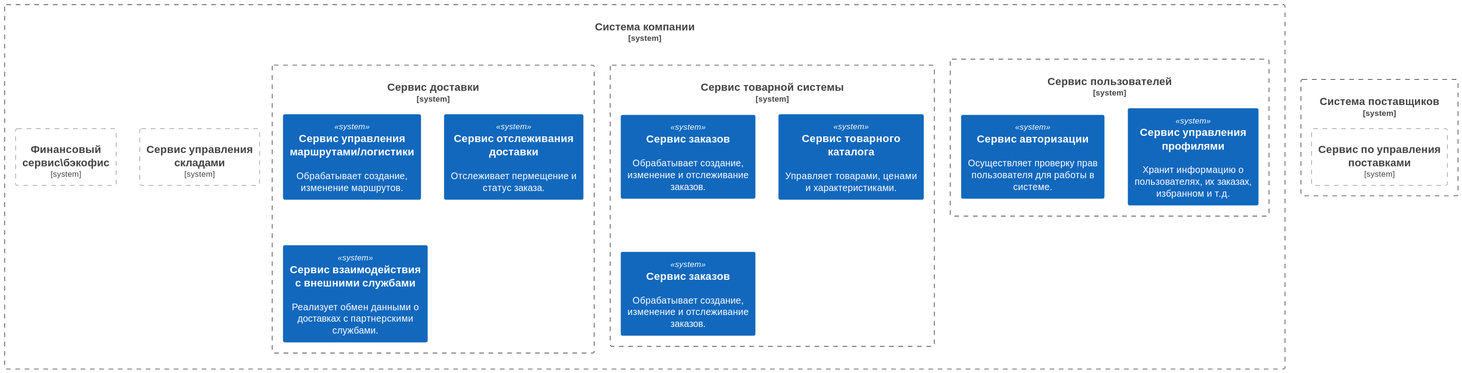
puchkova-va/Puchkova_analytics_practice keeps this PlantUML diagram as out/Diagram_new2/Diagram_new2.svg. Above is the earlier version.
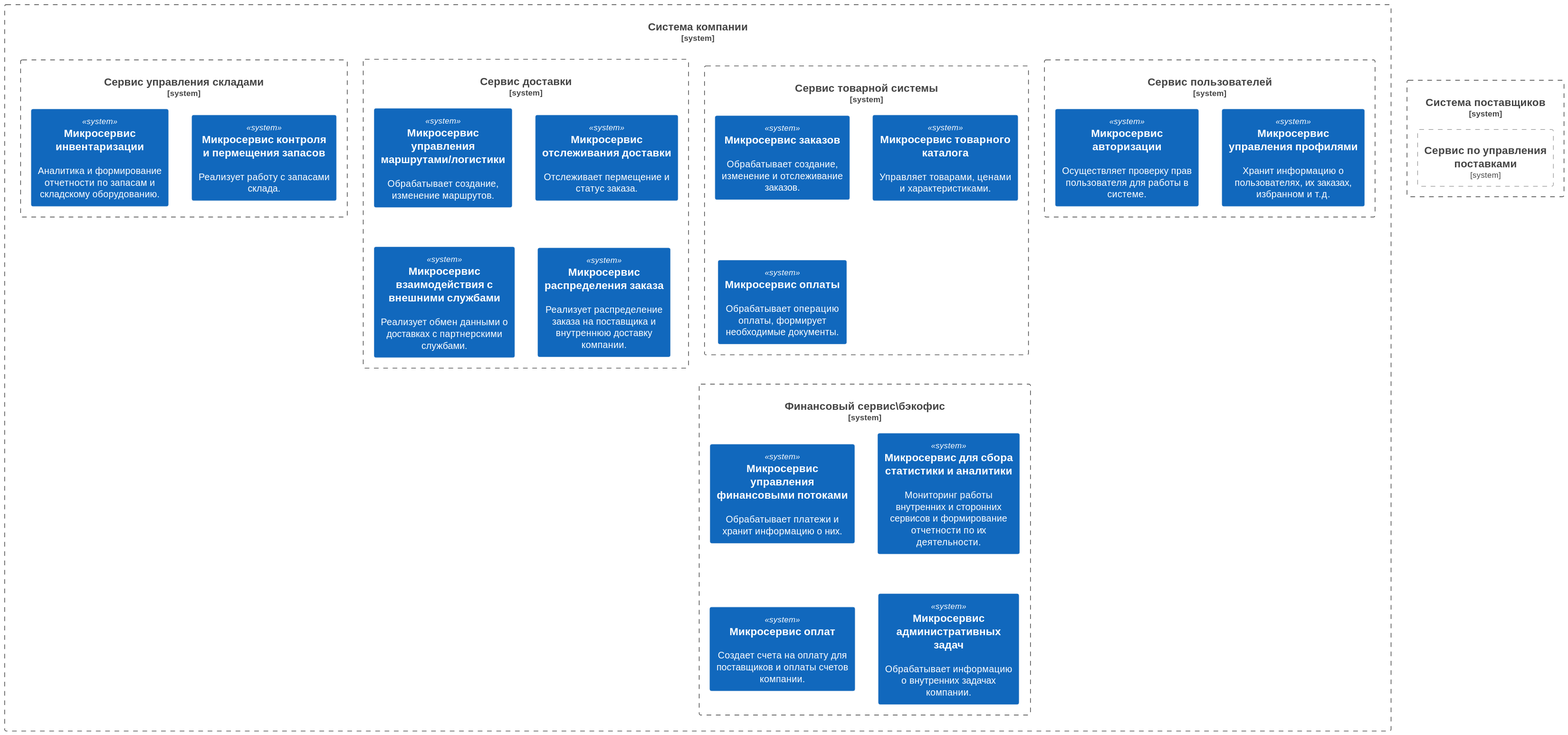
After the change.

Diff of the diagram source:
```diff
@@ -3,28 +3,30 @@
 
 System_Boundary(s1, "Система компании") {
     System_Boundary(system_user_service, "Сервис пользователей"){
-        System(s_user, "Сервис управления профилями", "Хранит информацию о пользователях, их заказах, избранном и т.д.")
-        System(s_autorize, "Сервис авторизации", "Осуществляет проверку прав пользователя для работы в системе.")
+        System(s_user, "Микросервис управления профилями", "Хранит информацию о пользователях, их заказах, избранном и т.д.")
+        System(s_autorize, "Микросервис авторизации", "Осуществляет проверку прав пользователя для работы в системе.")
     }
     System_Boundary(system_trade_service, "Сервис товарной системы") {
-        System(s_order, "Сервис заказов", "Обрабатывает создание, изменение и отслеживание заказов.")
-        System(s_catalog, "Сервис товарного каталога", "Управляет товарами, ценами и характеристиками.")
-        System(s_payment, "Сервис заказов", "Обрабатывает создание, изменение и отслеживание заказов.")
+        System(s_order, "Микросервис заказов", "Обрабатывает создание, изменение и отслеживание заказов.")
+        System(s_catalog, "Микросервис товарного каталога", "Управляет товарами, ценами и характеристиками.")
+        System(s_payment, "Микросервис оплаты", "Обрабатывает операцию оплаты, формирует необходимые документы.")
     }
     System_Boundary(system_delivery_service, "Сервис доставки") {
-        System(s_route, "Сервис управления маршрутами/логистики", "Обрабатывает создание, изменение маршрутов.")
-        System(s_tracking, "Сервис отслеживания доставки", "Отслеживает пермещение и статус заказа.")
-        System(s_interaction, "Сервис взаимодействия с внешними службами", "Реализует обмен данными о доставках с партнерскими службами.")
+        System(s_route, "Микросервис управления маршрутами/логистики", "Обрабатывает создание, изменение маршрутов.")
+        System(s_tracking, "Микросервис отслеживания доставки", "Отслеживает пермещение и статус заказа.")
+        System(s_interaction, "Микросервис взаимодействия с внешними службами", "Реализует обмен данными о доставках с партнерскими службами.")
+        System(s_distributions, "Микросервис распределения заказа","Реализует распределение заказа на поставщика и внутреннюю доставку компании.")
     }
     System_Boundary(system_warehouse_service, "Сервис управления складами") {
-
-
-
+        System(s_control, "Микросервис контроля и пермещения запасов", "Реализует работу с запасами склада.")
+        System(s_interaction, "Микросервис взаимодействия с внешними службами", "Реализует обмен данными о доставках с партнерскими службами.")
+        System(s_inventory, "Микросервис инвентаризации", "Аналитика и формирование отчетности по запасам и складскому оборудованию.")
     }
     System_Boundary(system_finance_service, "Финансовый сервис\бэкофис") {
-
-
-
+        System(s_finance, "Микросервис управления финансовыми потоками", "Обрабатывает платежи и хранит информацию о них.")
+        System(s_statistics, "Микросервис для сбора статистики и аналитики ", "Мониторинг работы внутренних и сторонних сервисов и формирование отчетности по их деятельности.")
+        System(s_reports, "Микросервис оплат", "Создает счета на оплату для поставщиков и оплаты счетов компании.")
+        System(s_tasks, "Микросервис административных задач", "Обрабатывает информацию о внутренних задачах компании.")
     }
 }
 
```
